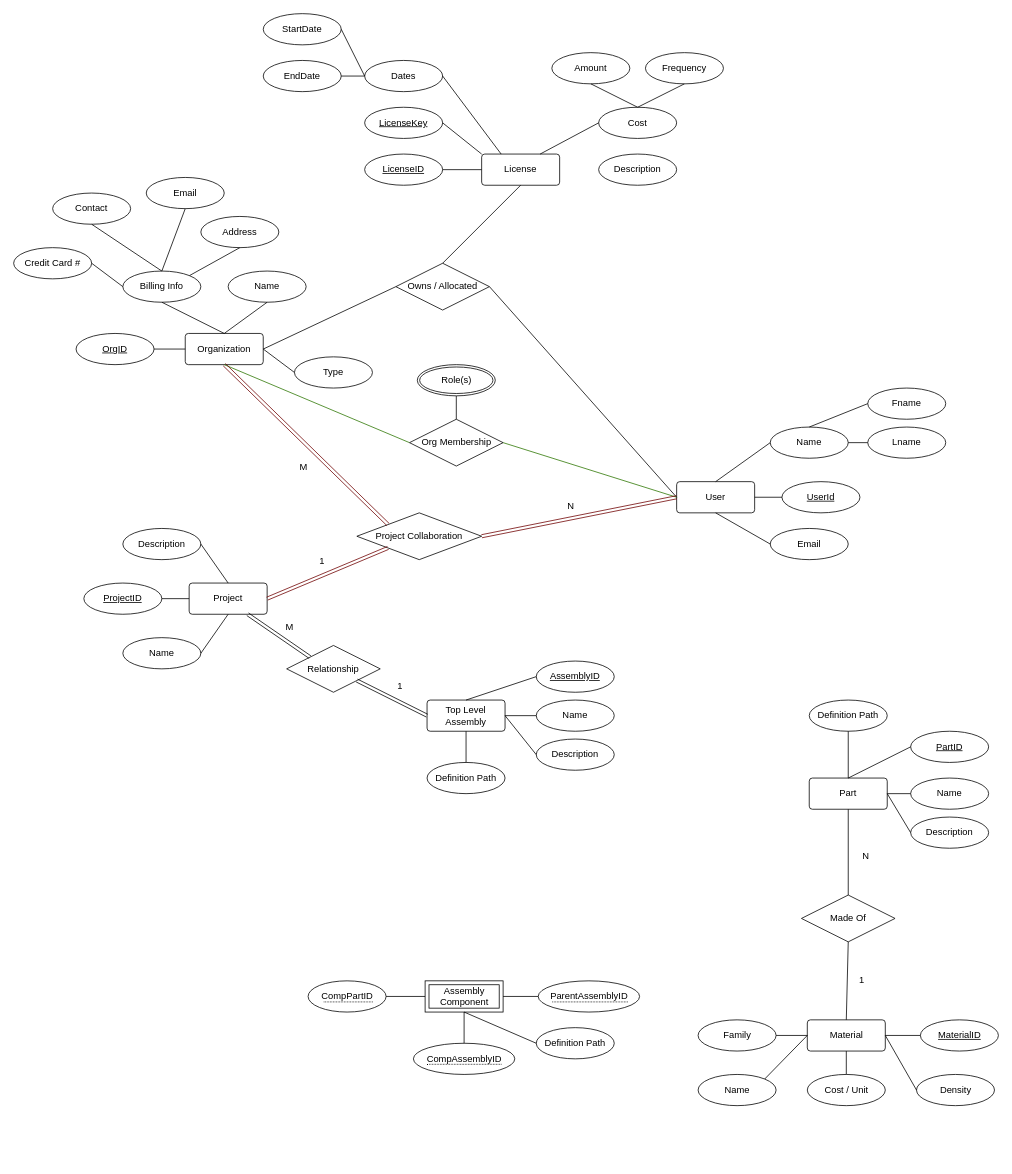
Before: DBfinal.drawio in EricOrrDev/Diagrams, a draw.io diagram. Source tidied: cells renumbered, new cells numbered last; positions are measured from the earlier drawing's top-left corner, leaving out a move shared by most shapes. Both pictures are drawn from the tidied source at 78%, with x=0, y=0 at pixel (13, 13).
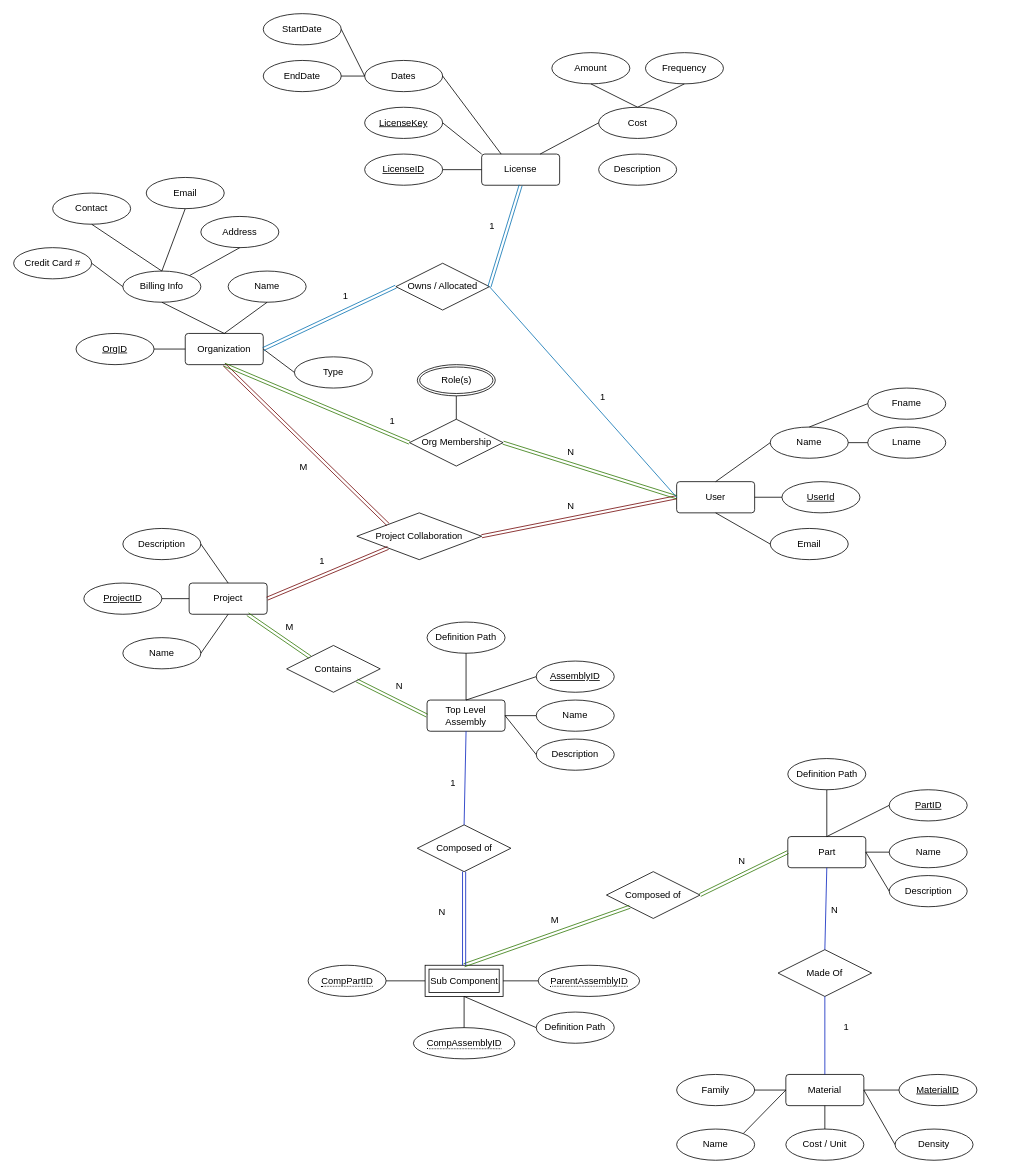
The same diagram, later.

Unchanged cells that the change refers to:
```xml
<mxCell id="3" value="&lt;div&gt;Organization&lt;/div&gt;" style="rounded=1;arcSize=10;whiteSpace=wrap;html=1;align=center;" parent="2" vertex="1">
  <mxGeometry x="220" y="200" width="100" height="40" as="geometry" />
</mxCell>
<mxCell id="19" value="User" style="rounded=1;arcSize=10;whiteSpace=wrap;html=1;align=center;" parent="18" vertex="1">
  <mxGeometry y="120" width="100" height="40" as="geometry" />
</mxCell>
<mxCell id="32" value="&lt;div&gt;Project&lt;/div&gt;" style="rounded=1;arcSize=10;whiteSpace=wrap;html=1;align=center;" parent="31" vertex="1">
  <mxGeometry x="135" y="70" width="100" height="40" as="geometry" />
</mxCell>
<mxCell id="41" value="License" style="rounded=1;arcSize=10;whiteSpace=wrap;html=1;align=center;" parent="1" vertex="1">
  <mxGeometry x="600" y="180" width="100" height="40" as="geometry" />
</mxCell>
<mxCell id="45" value="Org Membership" style="shape=rhombus;perimeter=rhombusPerimeter;whiteSpace=wrap;html=1;align=center;" parent="44" vertex="1">
  <mxGeometry y="70" width="120" height="60" as="geometry" />
</mxCell>
<mxCell id="50" value="Owns / Allocated" style="shape=rhombus;perimeter=rhombusPerimeter;whiteSpace=wrap;html=1;align=center;" parent="1" vertex="1">
  <mxGeometry x="490" y="320" width="120" height="60" as="geometry" />
</mxCell>
<mxCell id="69" style="group;" parent="1" vertex="1">
  <mxGeometry x="530" y="830" width="240" height="170" as="geometry" />
</mxCell>
<mxCell id="70" value="Top Level Assembly" style="rounded=1;arcSize=10;whiteSpace=wrap;html=1;align=center;" parent="69" vertex="1">
  <mxGeometry y="50" width="100" height="40" as="geometry" />
</mxCell>
<mxCell id="101" value="Material" style="rounded=1;arcSize=10;whiteSpace=wrap;html=1;align=center;" parent="100" vertex="1">
  <mxGeometry x="140" width="100" height="40" as="geometry" />
</mxCell>
<mxCell id="113" style="group;" parent="112" vertex="1">
  <mxGeometry y="40" width="230" height="170" as="geometry" />
</mxCell>
<mxCell id="114" value="Part" style="rounded=1;arcSize=10;whiteSpace=wrap;html=1;align=center;" parent="113" vertex="1">
  <mxGeometry y="60" width="100" height="40" as="geometry" />
</mxCell>
```

Change to the diagram source:
```diff
@@
-    <mxCell id="39" style="endArrow=none;html=1;rounded=0;exitX=0.5;exitY=1;exitDx=0;exitDy=0;entryX=0;entryY=0.5;entryDx=0;entryDy=0;fillColor=#60a917;strokeColor=#2D7600;" parent="1" edge="1" source="3" target="45">
-      <mxGeometry relative="1" as="geometry" />
-    </mxCell>
-    <mxCell id="40" style="endArrow=none;html=1;rounded=0;exitX=1;exitY=0.5;exitDx=0;exitDy=0;entryX=0;entryY=0.5;entryDx=0;entryDy=0;fillColor=#60a917;strokeColor=#2D7600;" parent="1" edge="1" source="45" target="19">
-      <mxGeometry relative="1" as="geometry" />
-    </mxCell>
@@
-    <mxCell id="51" style="endArrow=none;html=1;rounded=0;exitX=1;exitY=0.5;exitDx=0;exitDy=0;entryX=0;entryY=0.5;entryDx=0;entryDy=0;" parent="1" edge="1" source="3" target="50">
-      <mxGeometry relative="1" as="geometry" />
-    </mxCell>
-    <mxCell id="52" style="endArrow=none;html=1;rounded=0;exitX=0.5;exitY=0;exitDx=0;exitDy=0;entryX=0.5;entryY=1;entryDx=0;entryDy=0;" parent="1" edge="1" source="50" target="41">
-      <mxGeometry relative="1" as="geometry" />
-    </mxCell>
-    <mxCell id="53" style="endArrow=none;html=1;rounded=0;exitX=1;exitY=0.5;exitDx=0;exitDy=0;entryX=0;entryY=0.5;entryDx=0;entryDy=0;" parent="1" edge="1" source="50" target="19">
-      <mxGeometry relative="1" as="geometry" />
-    </mxCell>
@@
-    <mxCell id="73" value="Definition Path" style="ellipse;whiteSpace=wrap;html=1;align=center;" parent="69" vertex="1">
-      <mxGeometry y="130" width="100" height="40" as="geometry" />
-    </mxCell>
-    <mxCell id="74" style="endArrow=none;html=1;rounded=0;exitX=0.5;exitY=0;exitDx=0;exitDy=0;entryX=0.5;entryY=1;entryDx=0;entryDy=0;" parent="69" edge="1" source="73" target="70">
-      <mxGeometry relative="1" as="geometry" />
-    </mxCell>
@@
-    <mxCell id="79" value="Relationship" style="shape=rhombus;perimeter=rhombusPerimeter;whiteSpace=wrap;html=1;align=center;" parent="1" vertex="1">
+    <mxCell id="79" value="Contains" style="shape=rhombus;perimeter=rhombusPerimeter;whiteSpace=wrap;html=1;align=center;" parent="1" vertex="1">
       <mxGeometry x="350" y="810" width="120" height="60" as="geometry" />
     </mxCell>
-    <mxCell id="80" style="shape=link;html=1;rounded=0;entryX=0;entryY=0.5;entryDx=0;entryDy=0;exitX=1;exitY=1;exitDx=0;exitDy=0;" parent="1" edge="1" source="79" target="70">
+    <mxCell id="80" style="shape=link;html=1;rounded=0;entryX=0;entryY=0.5;entryDx=0;entryDy=0;exitX=1;exitY=1;exitDx=0;exitDy=0;fillColor=#60a917;strokeColor=#2D7600;" parent="1" edge="1" source="79" target="70">
       <mxGeometry relative="1" as="geometry" />
     </mxCell>
-    <mxCell id="81" value="1" style="html=1;whiteSpace=wrap;align=right;verticalAlign=bottom;" parent="80" vertex="1">
+    <mxCell id="81" value="N" style="html=1;whiteSpace=wrap;align=right;verticalAlign=bottom;" parent="80" vertex="1">
       <mxGeometry x="1" relative="1" as="geometry">
         <mxPoint x="-30" y="-30" as="offset" />
       </mxGeometry>
     </mxCell>
-    <mxCell id="82" style="shape=link;html=1;rounded=0;entryX=0;entryY=0;entryDx=0;entryDy=0;exitX=0.75;exitY=1;exitDx=0;exitDy=0;" parent="1" edge="1" source="32" target="79">
+    <mxCell id="82" style="shape=link;html=1;rounded=0;entryX=0;entryY=0;entryDx=0;entryDy=0;exitX=0.75;exitY=1;exitDx=0;exitDy=0;fillColor=#60a917;strokeColor=#2D7600;" parent="1" edge="1" source="32" target="79">
       <mxGeometry relative="1" as="geometry" />
     </mxCell>
@@
     <mxCell id="90" style="group;" parent="1" vertex="1">
-      <mxGeometry x="377.5" y="1240" width="425" height="120" as="geometry" />
+      <mxGeometry x="377.5" y="1220" width="425" height="120" as="geometry" />
     </mxCell>
-    <mxCell id="91" value="Assembly Component" style="shape=ext;margin=3;double=1;whiteSpace=wrap;html=1;align=center;" parent="90" vertex="1">
+    <mxCell id="91" value="Sub Component" style="shape=ext;margin=3;double=1;whiteSpace=wrap;html=1;align=center;" parent="90" vertex="1">
       <mxGeometry x="150" width="100" height="40" as="geometry" />
     </mxCell>
@@
     <mxCell id="100" style="group;" parent="1" vertex="1">
-      <mxGeometry x="877.5" y="1290" width="385" height="110" as="geometry" />
+      <mxGeometry x="850" y="1360" width="385" height="110" as="geometry" />
     </mxCell>
@@
     <mxCell id="112" style="group;" parent="1" vertex="1">
-      <mxGeometry x="1020" y="880" width="230" height="210" as="geometry" />
+      <mxGeometry x="992.5" y="955" width="230" height="210" as="geometry" />
     </mxCell>
@@
+    <mxCell id="127" value="N" style="html=1;whiteSpace=wrap;align=right;verticalAlign=bottom;" parent="113" vertex="1">
+      <mxGeometry x="-662.5" y="-120" as="geometry">
+        <mxPoint x="728" y="283" as="offset" />
+      </mxGeometry>
+    </mxCell>
@@
     <mxCell id="123" value="Made Of" style="shape=rhombus;perimeter=rhombusPerimeter;whiteSpace=wrap;html=1;align=center;" parent="1" vertex="1">
-      <mxGeometry x="1010" y="1130" width="120" height="60" as="geometry" />
+      <mxGeometry x="980" y="1200" width="120" height="60" as="geometry" />
     </mxCell>
-    <mxCell id="124" style="endArrow=none;html=1;rounded=0;exitX=0.5;exitY=0;exitDx=0;exitDy=0;entryX=0.5;entryY=1;entryDx=0;entryDy=0;" parent="1" edge="1" source="123" target="114">
+    <mxCell id="124" style="endArrow=none;html=1;rounded=0;exitX=0.5;exitY=0;exitDx=0;exitDy=0;entryX=0.5;entryY=1;entryDx=0;entryDy=0;fillColor=#0050ef;strokeColor=#001DBC;" parent="1" edge="1" source="123" target="114">
       <mxGeometry relative="1" as="geometry" />
     </mxCell>
-    <mxCell id="125" style="endArrow=none;html=1;rounded=0;exitX=0.5;exitY=1;exitDx=0;exitDy=0;entryX=0.5;entryY=0;entryDx=0;entryDy=0;" parent="1" edge="1" source="123" target="101">
+    <mxCell id="125" style="endArrow=none;html=1;rounded=0;exitX=0.5;exitY=1;exitDx=0;exitDy=0;entryX=0.5;entryY=0;entryDx=0;entryDy=0;fillColor=#0050ef;strokeColor=#001DBC;" parent="1" edge="1" source="123" target="101">
       <mxGeometry relative="1" as="geometry" />
     </mxCell>
     <mxCell id="126" value="1" style="html=1;whiteSpace=wrap;align=right;verticalAlign=bottom;" parent="1" vertex="1">
-      <mxGeometry x="520" y="880" as="geometry">
+      <mxGeometry x="500" y="940" as="geometry">
         <mxPoint x="572" y="367" as="offset" />
       </mxGeometry>
     </mxCell>
-    <mxCell id="127" value="N" style="html=1;whiteSpace=wrap;align=right;verticalAlign=bottom;" parent="1" vertex="1">
-      <mxGeometry x="369.9" y="805" as="geometry">
-        <mxPoint x="728" y="283" as="offset" />
-      </mxGeometry>
-    </mxCell>
+    <mxCell id="73" value="Definition Path" style="ellipse;whiteSpace=wrap;html=1;align=center;" parent="1" vertex="1">
+      <mxGeometry x="530" y="780" width="100" height="40" as="geometry" />
+    </mxCell>
+    <mxCell id="128" style="endArrow=none;html=1;rounded=0;exitX=0.5;exitY=0;exitDx=0;exitDy=0;entryX=0.5;entryY=1;entryDx=0;entryDy=0;" parent="1" edge="1" source="70" target="73">
+      <mxGeometry relative="1" as="geometry" />
+    </mxCell>
+    <mxCell id="129" value="Composed of" style="shape=rhombus;perimeter=rhombusPerimeter;whiteSpace=wrap;html=1;align=center;" parent="1" vertex="1">
+      <mxGeometry x="517.5" y="1040" width="120" height="60" as="geometry" />
+    </mxCell>
+    <mxCell id="39" style="shape=link;html=1;rounded=0;exitX=0.5;exitY=1;exitDx=0;exitDy=0;entryX=0;entryY=0.5;entryDx=0;entryDy=0;fillColor=#60a917;strokeColor=#2D7600;" parent="1" edge="1" source="3" target="45">
+      <mxGeometry relative="1" as="geometry" />
+    </mxCell>
+    <mxCell id="130" value="1" style="html=1;whiteSpace=wrap;align=right;verticalAlign=bottom;" parent="39" vertex="1">
+      <mxGeometry x="1" relative="1" as="geometry">
+        <mxPoint x="-18" y="-20" as="offset" />
+      </mxGeometry>
+    </mxCell>
+    <mxCell id="40" style="shape=link;html=1;rounded=0;exitX=1;exitY=0.5;exitDx=0;exitDy=0;entryX=0;entryY=0.5;entryDx=0;entryDy=0;fillColor=#60a917;strokeColor=#2D7600;" parent="1" edge="1" source="45" target="19">
+      <mxGeometry relative="1" as="geometry" />
+    </mxCell>
+    <mxCell id="131" value="N" style="html=1;whiteSpace=wrap;align=right;verticalAlign=bottom;" parent="40" vertex="1">
+      <mxGeometry x="1" relative="1" as="geometry">
+        <mxPoint x="-130" y="-50" as="offset" />
+      </mxGeometry>
+    </mxCell>
+    <mxCell id="52" style="shape=link;html=1;rounded=0;exitX=1;exitY=0.5;exitDx=0;exitDy=0;entryX=0.5;entryY=1;entryDx=0;entryDy=0;fillColor=#1ba1e2;strokeColor=#006EAF;" parent="1" edge="1" source="50" target="41">
+      <mxGeometry relative="1" as="geometry" />
+    </mxCell>
+    <mxCell id="132" value="1" style="html=1;whiteSpace=wrap;align=right;verticalAlign=bottom;" parent="52" vertex="1">
+      <mxGeometry x="1" relative="1" as="geometry">
+        <mxPoint x="-32" y="60" as="offset" />
+      </mxGeometry>
+    </mxCell>
+    <mxCell id="51" style="shape=link;html=1;rounded=0;exitX=1;exitY=0.5;exitDx=0;exitDy=0;entryX=0;entryY=0.5;entryDx=0;entryDy=0;fillColor=#1ba1e2;strokeColor=#006EAF;" parent="1" edge="1" source="3" target="50">
+      <mxGeometry relative="1" as="geometry" />
+    </mxCell>
+    <mxCell id="133" value="1" style="html=1;whiteSpace=wrap;align=right;verticalAlign=bottom;" parent="51" vertex="1">
+      <mxGeometry x="1" relative="1" as="geometry">
+        <mxPoint x="-60" y="20" as="offset" />
+      </mxGeometry>
+    </mxCell>
+    <mxCell id="53" style="endArrow=none;html=1;rounded=0;exitX=1;exitY=0.5;exitDx=0;exitDy=0;entryX=0;entryY=0.5;entryDx=0;entryDy=0;fillColor=#1ba1e2;strokeColor=#006EAF;" parent="1" edge="1" source="50" target="19">
+      <mxGeometry relative="1" as="geometry" />
+    </mxCell>
+    <mxCell id="134" value="1" style="html=1;whiteSpace=wrap;align=right;verticalAlign=bottom;" parent="53" vertex="1">
+      <mxGeometry x="1" relative="1" as="geometry">
+        <mxPoint x="-90" y="-120" as="offset" />
+      </mxGeometry>
+    </mxCell>
+    <mxCell id="135" value="Composed of" style="shape=rhombus;perimeter=rhombusPerimeter;whiteSpace=wrap;html=1;align=center;" parent="1" vertex="1">
+      <mxGeometry x="760" y="1100" width="120" height="60" as="geometry" />
+    </mxCell>
+    <mxCell id="136" style="shape=link;html=1;rounded=0;exitX=1;exitY=0.5;exitDx=0;exitDy=0;entryX=0;entryY=0.5;entryDx=0;entryDy=0;fillColor=#60a917;strokeColor=#2D7600;" parent="1" edge="1" source="135" target="114">
+      <mxGeometry relative="1" as="geometry" />
+    </mxCell>
+    <mxCell id="137" value="N" style="html=1;whiteSpace=wrap;align=right;verticalAlign=bottom;" parent="136" vertex="1">
+      <mxGeometry x="1" relative="1" as="geometry">
+        <mxPoint x="-53" y="20" as="offset" />
+      </mxGeometry>
+    </mxCell>
+    <mxCell id="138" style="shape=link;html=1;rounded=0;exitX=0.5;exitY=0;exitDx=0;exitDy=0;entryX=0;entryY=1;entryDx=0;entryDy=0;fillColor=#60a917;strokeColor=#2D7600;" parent="1" edge="1" source="91" target="135">
+      <mxGeometry relative="1" as="geometry" />
+    </mxCell>
+    <mxCell id="139" value="M" style="html=1;whiteSpace=wrap;align=right;verticalAlign=bottom;" parent="138" vertex="1">
+      <mxGeometry x="1" relative="1" as="geometry">
+        <mxPoint x="-90" y="25" as="offset" />
+      </mxGeometry>
+    </mxCell>
+    <mxCell id="140" style="shape=link;html=1;rounded=0;entryX=0.5;entryY=1;entryDx=0;entryDy=0;exitX=0.5;exitY=0;exitDx=0;exitDy=0;fillColor=#0050ef;strokeColor=#001DBC;" parent="1" edge="1" source="91" target="129">
+      <mxGeometry relative="1" as="geometry" />
+    </mxCell>
+    <mxCell id="141" value="N" style="html=1;whiteSpace=wrap;align=right;verticalAlign=bottom;" parent="140" vertex="1">
+      <mxGeometry x="1" relative="1" as="geometry">
+        <mxPoint x="-23" y="60" as="offset" />
+      </mxGeometry>
+    </mxCell>
+    <mxCell id="142" style="endArrow=none;html=1;rounded=0;exitX=0.5;exitY=0;exitDx=0;exitDy=0;entryX=0.5;entryY=1;entryDx=0;entryDy=0;fillColor=#0050ef;strokeColor=#001DBC;" parent="1" edge="1" source="129" target="70">
+      <mxGeometry relative="1" as="geometry" />
+    </mxCell>
+    <mxCell id="143" value="1" style="html=1;whiteSpace=wrap;align=right;verticalAlign=bottom;" parent="142" vertex="1">
+      <mxGeometry x="1" relative="1" as="geometry">
+        <mxPoint x="-12" y="75" as="offset" />
+      </mxGeometry>
+    </mxCell>
```
